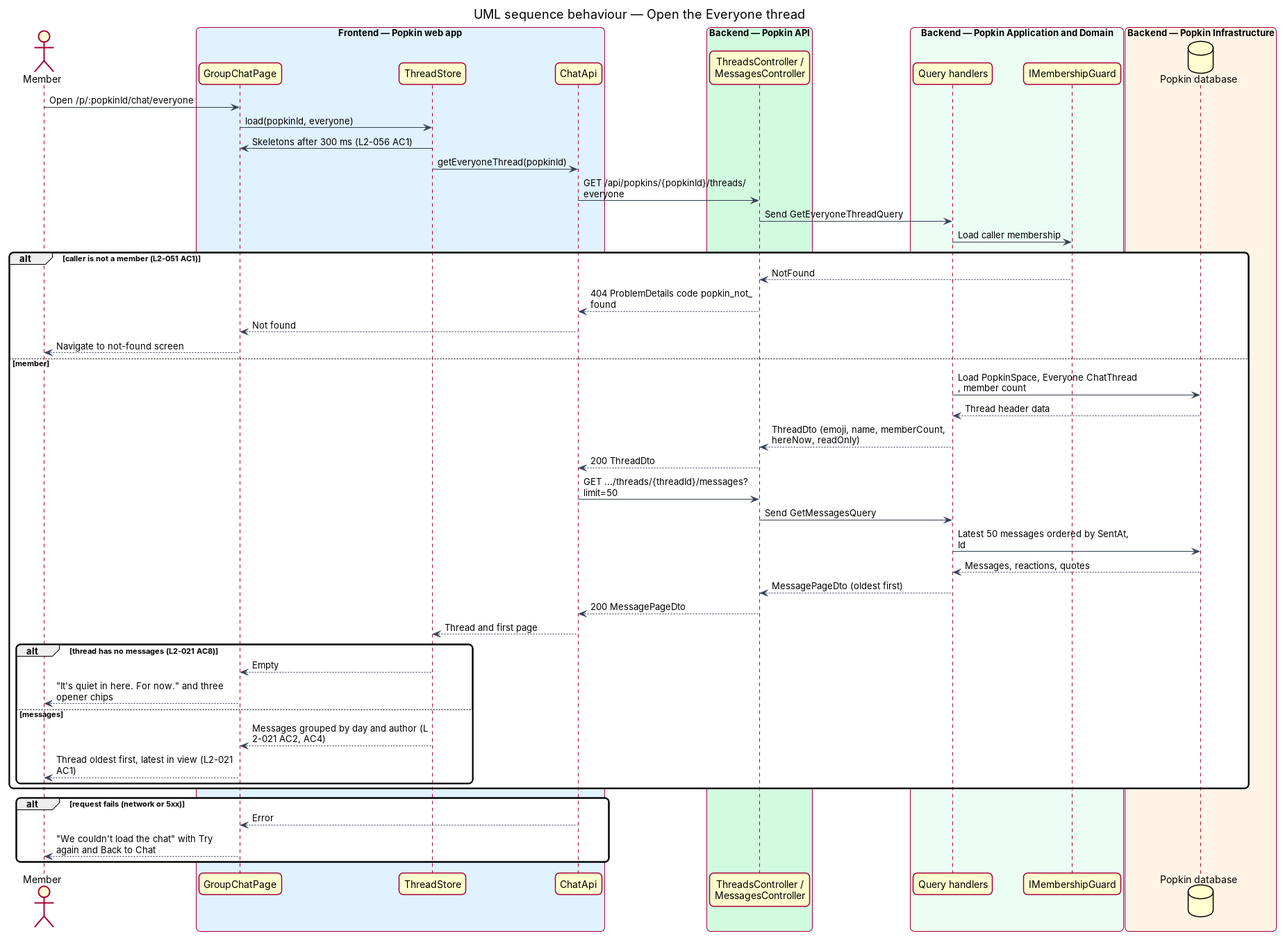
Above: docs/detailed-designs/chat/send-message-to-everyone/diagrams/sequence-open-everyone.png in QuinntyneBrown/popkin (PlantUML), before the change. Its source is kept beside it as docs/detailed-designs/chat/send-message-to-everyone/diagrams/sequence-open-everyone.puml.
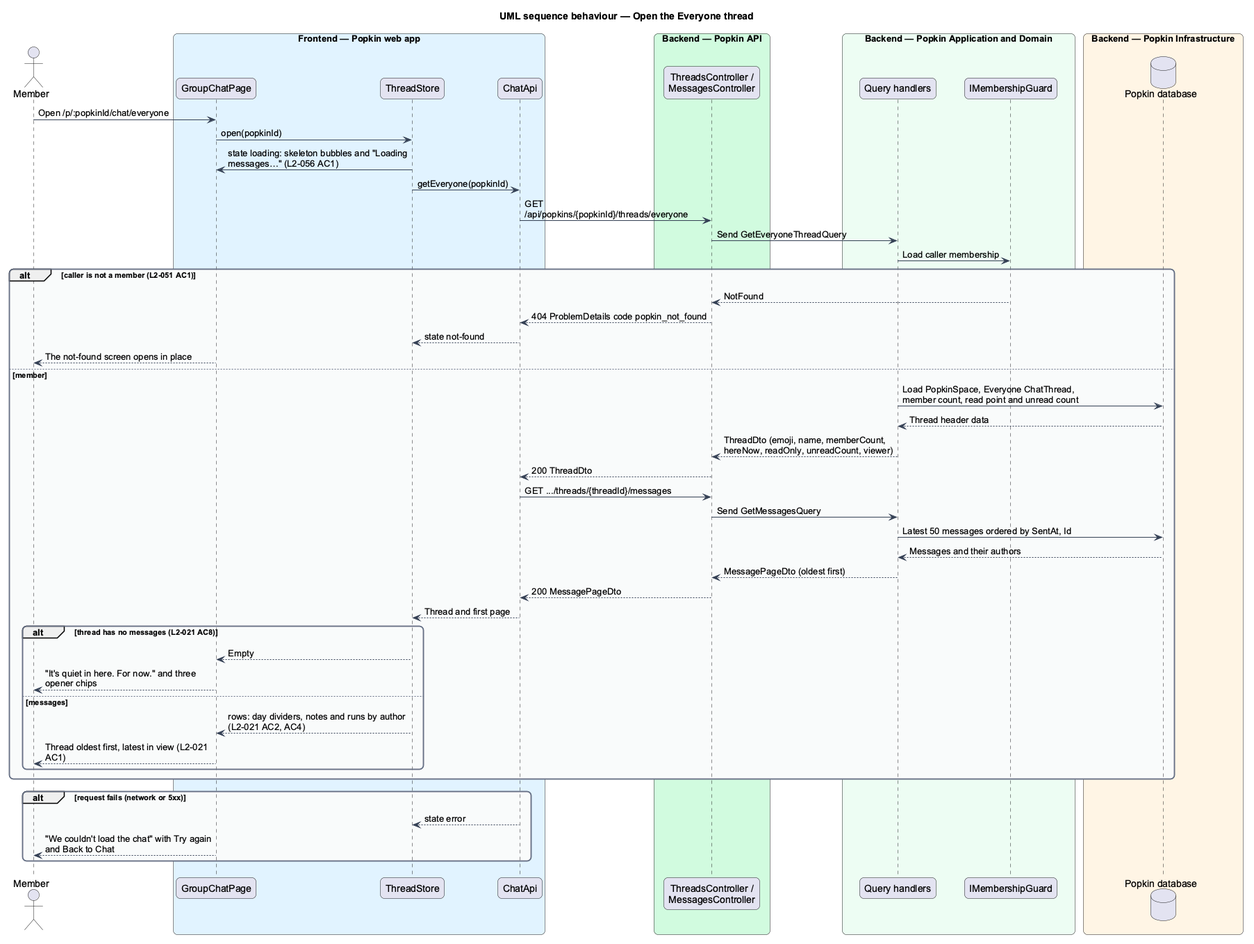
After the change.

The edit, as a diff of the source:
```diff
@@ -33,26 +33,26 @@
   database "Popkin database" as db
 end box
 actor -> page : Open /p/:popkinId/chat/everyone
-page -> store : load(popkinId, everyone)
-store -> page : Skeletons after 300 ms (L2-056 AC1)
-store -> client : getEveryoneThread(popkinId)
+page -> store : open(popkinId)
+store -> page : state loading: skeleton bubbles and "Loading messages…" (L2-056 AC1)
+store -> client : getEveryone(popkinId)
 client -> controller : GET /api/popkins/{popkinId}/threads/everyone
 controller -> handler : Send GetEveryoneThreadQuery
 handler -> guard : Load caller membership
 alt caller is not a member (L2-051 AC1)
   guard --> controller : NotFound
   controller --> client : 404 ProblemDetails code popkin_not_found
-  client --> page : Not found
-  page --> actor : Navigate to not-found screen
+  client --> store : state not-found
+  page --> actor : The not-found screen opens in place
 else member
-  handler -> db : Load PopkinSpace, Everyone ChatThread, member count
+  handler -> db : Load PopkinSpace, Everyone ChatThread, member count, read point and unread count
   db --> handler : Thread header data
-  handler --> controller : ThreadDto (emoji, name, memberCount, hereNow, readOnly)
+  handler --> controller : ThreadDto (emoji, name, memberCount, hereNow, readOnly, unreadCount, viewer)
   controller --> client : 200 ThreadDto
-  client -> controller : GET .../threads/{threadId}/messages?limit=50
+  client -> controller : GET .../threads/{threadId}/messages
   controller -> handler : Send GetMessagesQuery
   handler -> db : Latest 50 messages ordered by SentAt, Id
-  db --> handler : Messages, reactions, quotes
+  db --> handler : Messages and their authors
   handler --> controller : MessagePageDto (oldest first)
   controller --> client : 200 MessagePageDto
   client --> store : Thread and first page
@@ -60,12 +60,12 @@
     store --> page : Empty
     page --> actor : "It's quiet in here. For now." and three opener chips
   else messages
-    store --> page : Messages grouped by day and author (L2-021 AC2, AC4)
+    store --> page : rows: day dividers, notes and runs by author (L2-021 AC2, AC4)
     page --> actor : Thread oldest first, latest in view (L2-021 AC1)
   end
 end
 alt request fails (network or 5xx)
-  client --> page : Error
+  client --> store : state error
   page --> actor : "We couldn't load the chat" with Try again and Back to Chat
 end
 @enduml
```
